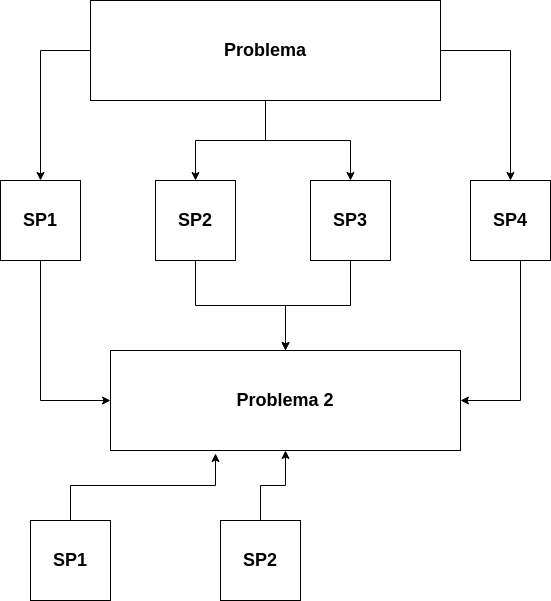
maumneto/IntroductionComputerScience keeps this draw.io diagram as CodeClasses/FunctionsCode/funcoes.drawio.png. Above is the earlier version. Source tidied: cells renumbered, new cells last; positions are measured from the earlier drawing's top-left corner, leaving out a move shared by most shapes.
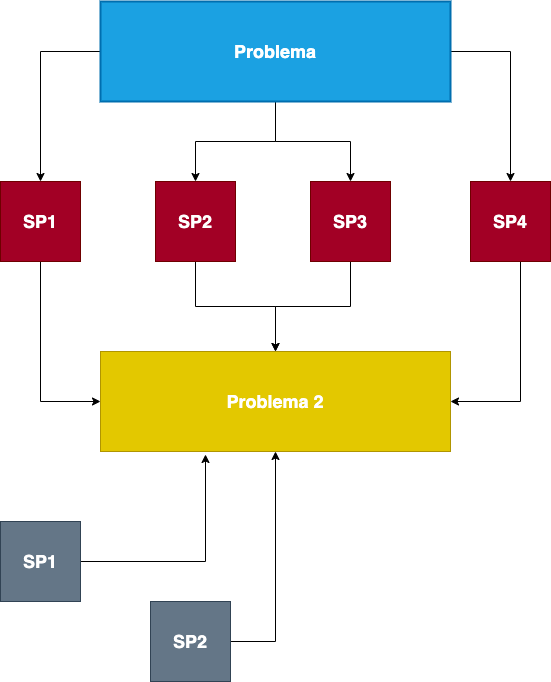
Later version of the same file.

What changed in the source:
```diff
@@ -14,8 +14,8 @@
     <mxCell id="5" style="edgeStyle=orthogonalEdgeStyle;rounded=0;jettySize=auto;html=1;fontSize=18;" parent="1" edge="1" source="6" target="14">
       <mxGeometry relative="1" as="geometry" />
     </mxCell>
-    <mxCell id="6" value="&lt;b&gt;Problema&lt;/b&gt;" style="rounded=0;whiteSpace=wrap;html=1;fontSize=18;" parent="1" vertex="1">
-      <mxGeometry x="90" width="350" height="100" as="geometry" />
+    <mxCell id="6" value="&lt;b&gt;Problema&lt;/b&gt;" style="rounded=0;whiteSpace=wrap;html=1;fontSize=18;strokeWidth=2;fillColor=#1ba1e2;strokeColor=#006EAF;fontColor=#ffffff;" parent="1" vertex="1">
+      <mxGeometry x="100" width="350" height="100" as="geometry" />
     </mxCell>
     <mxCell id="7" style="edgeStyle=orthogonalEdgeStyle;rounded=0;jettySize=auto;html=1;entryX=0;entryY=0.5;entryDx=0;entryDy=0;fontSize=18;" parent="1" edge="1" source="8" target="15">
       <mxGeometry relative="1" as="geometry">
@@ -24,19 +24,19 @@
         </Array>
       </mxGeometry>
     </mxCell>
-    <mxCell id="8" value="&lt;b&gt;SP1&lt;/b&gt;" style="whiteSpace=wrap;html=1;fontSize=18;" parent="1" vertex="1">
+    <mxCell id="8" value="&lt;b&gt;SP1&lt;/b&gt;" style="whiteSpace=wrap;html=1;fontSize=18;fillColor=#a20025;strokeColor=#6F0000;fontColor=#ffffff;" parent="1" vertex="1">
       <mxGeometry y="180" width="80" height="80" as="geometry" />
     </mxCell>
     <mxCell id="9" style="edgeStyle=orthogonalEdgeStyle;rounded=0;jettySize=auto;html=1;fontSize=18;" parent="1" edge="1" source="10" target="15">
       <mxGeometry relative="1" as="geometry" />
     </mxCell>
-    <mxCell id="10" value="&lt;b&gt;SP2&lt;/b&gt;" style="whiteSpace=wrap;html=1;fontSize=18;" parent="1" vertex="1">
+    <mxCell id="10" value="&lt;b&gt;SP2&lt;/b&gt;" style="whiteSpace=wrap;html=1;fontSize=18;fillColor=#a20025;strokeColor=#6F0000;fontColor=#ffffff;" parent="1" vertex="1">
       <mxGeometry x="155" y="180" width="80" height="80" as="geometry" />
     </mxCell>
     <mxCell id="11" style="edgeStyle=orthogonalEdgeStyle;rounded=0;jettySize=auto;html=1;fontSize=18;" parent="1" edge="1" source="12" target="15">
       <mxGeometry relative="1" as="geometry" />
     </mxCell>
-    <mxCell id="12" value="&lt;b&gt;SP3&lt;/b&gt;" style="whiteSpace=wrap;html=1;fontSize=18;" parent="1" vertex="1">
+    <mxCell id="12" value="&lt;b&gt;SP3&lt;/b&gt;" style="whiteSpace=wrap;html=1;fontSize=18;fillColor=#a20025;strokeColor=#6F0000;fontColor=#ffffff;" parent="1" vertex="1">
       <mxGeometry x="310" y="180" width="80" height="80" as="geometry" />
     </mxCell>
     <mxCell id="13" style="edgeStyle=orthogonalEdgeStyle;rounded=0;jettySize=auto;html=1;entryX=1;entryY=0.5;entryDx=0;entryDy=0;fontSize=18;" parent="1" edge="1" source="14" target="15">
@@ -46,23 +46,27 @@
         </Array>
       </mxGeometry>
     </mxCell>
-    <mxCell id="14" value="&lt;b&gt;SP4&lt;/b&gt;" style="whiteSpace=wrap;html=1;fontSize=18;" parent="1" vertex="1">
+    <mxCell id="14" value="&lt;b&gt;SP4&lt;/b&gt;" style="whiteSpace=wrap;html=1;fontSize=18;fillColor=#a20025;strokeColor=#6F0000;fontColor=#ffffff;" parent="1" vertex="1">
       <mxGeometry x="470" y="180" width="80" height="80" as="geometry" />
     </mxCell>
-    <mxCell id="15" value="&lt;b&gt;Problema 2&lt;/b&gt;" style="rounded=0;whiteSpace=wrap;html=1;fontSize=18;" parent="1" vertex="1">
-      <mxGeometry x="110" y="350" width="350" height="100" as="geometry" />
+    <mxCell id="15" value="&lt;b&gt;Problema 2&lt;/b&gt;" style="rounded=0;whiteSpace=wrap;html=1;fontSize=18;fillColor=#e3c800;strokeColor=#B09500;fontColor=#ffffff;" parent="1" vertex="1">
+      <mxGeometry x="100" y="350" width="350" height="100" as="geometry" />
     </mxCell>
     <mxCell id="16" style="edgeStyle=orthogonalEdgeStyle;rounded=0;jettySize=auto;html=1;entryX=0.3;entryY=1.03;entryDx=0;entryDy=0;entryPerimeter=0;fontSize=18;" parent="1" edge="1" source="17" target="15">
       <mxGeometry relative="1" as="geometry" />
     </mxCell>
-    <mxCell id="17" value="&lt;b&gt;SP1&lt;/b&gt;" style="whiteSpace=wrap;html=1;fontSize=18;" parent="1" vertex="1">
-      <mxGeometry x="30" y="520" width="80" height="80" as="geometry" />
+    <mxCell id="17" value="&lt;b&gt;SP1&lt;/b&gt;" style="whiteSpace=wrap;html=1;fontSize=18;fillColor=#647687;strokeColor=#314354;fontColor=#ffffff;" parent="1" vertex="1">
+      <mxGeometry y="520" width="80" height="80" as="geometry" />
     </mxCell>
     <mxCell id="18" style="edgeStyle=orthogonalEdgeStyle;rounded=0;jettySize=auto;html=1;entryX=0.5;entryY=1;entryDx=0;entryDy=0;fontSize=18;" parent="1" edge="1" source="19" target="15">
-      <mxGeometry relative="1" as="geometry" />
+      <mxGeometry relative="1" as="geometry">
+        <Array as="points">
+          <mxPoint x="275" y="640" />
+        </Array>
+      </mxGeometry>
     </mxCell>
-    <mxCell id="19" value="&lt;b&gt;SP2&lt;/b&gt;" style="whiteSpace=wrap;html=1;fontSize=18;" parent="1" vertex="1">
-      <mxGeometry x="220" y="520" width="80" height="80" as="geometry" />
+    <mxCell id="19" value="&lt;b&gt;SP2&lt;/b&gt;" style="whiteSpace=wrap;html=1;fontSize=18;fillColor=#647687;strokeColor=#314354;fontColor=#ffffff;" parent="1" vertex="1">
+      <mxGeometry x="150" y="600" width="80" height="80" as="geometry" />
     </mxCell>
   </root>
 </mxGraphModel>
```
